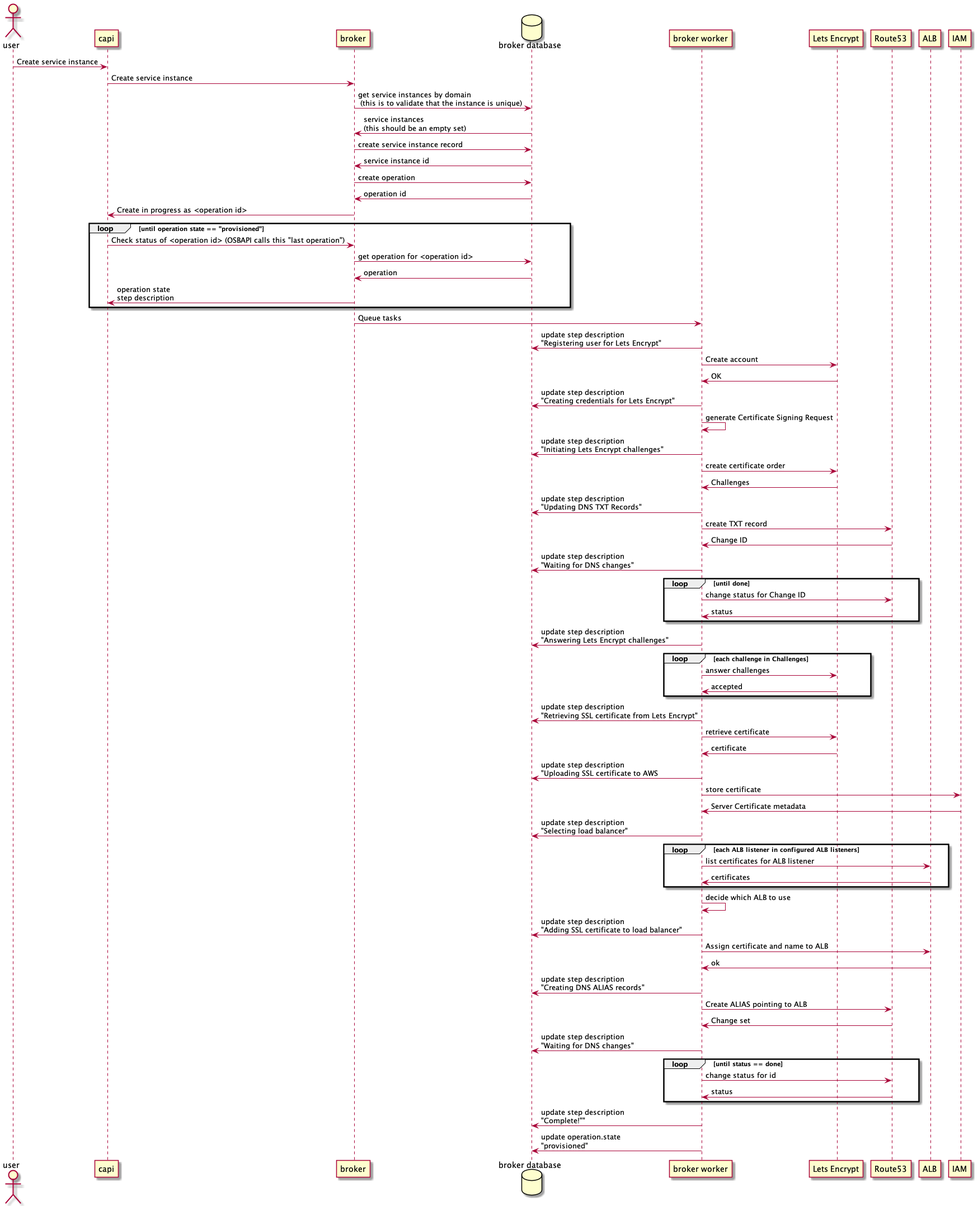
Before: docs/diagrams/alb-provision.png, a diagram exported from PlantUML (cloud-gov/external-domain-broker).
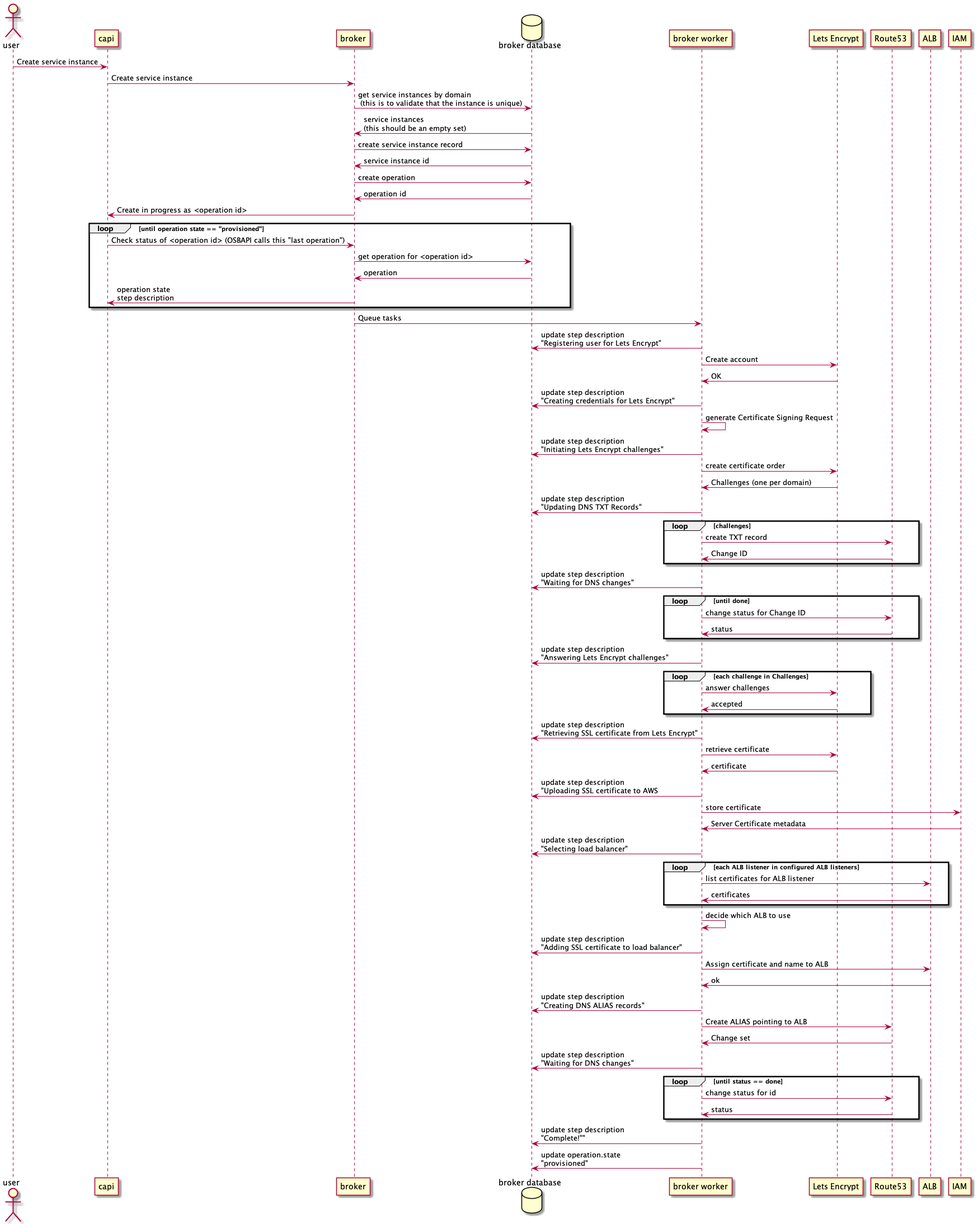
Above is the later version.

Commit message:
add renewals, add notes on challenges

What changed in the source:
```diff
@@ -36,11 +36,13 @@
 
 worker -> db : update step description\n"Initiating Lets Encrypt challenges"
 worker -> le : create certificate order
-le -> worker : Challenges
+le -> worker : Challenges (one per domain)
 
 worker -> db : update step description\n"Updating DNS TXT Records"
-worker -> Route53 : create TXT record
-worker <- Route53 : Change ID
+loop challenges
+    worker -> Route53 : create TXT record
+    worker <- Route53 : Change ID
+end
 worker -> db : update step description\n"Waiting for DNS changes"
 loop until done
     worker -> Route53 : change status for Change ID
```
